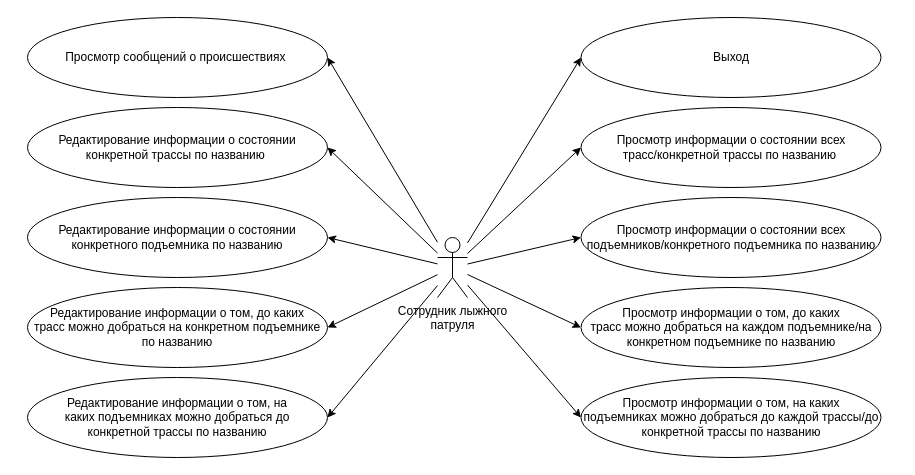
The draw.io diagram page "ski-patrol" (3 of 4) of docs/imgs/use_case/use-case.drawio in alena-zayts/BMSTU_6sem_software_design, before the edit. Source tidied: cells renumbered, new cells numbered last; positions are measured from the earlier drawing's top-left corner, leaving out a move shared by most shapes. Both pictures are drawn from the tidied source at 100%, with x=0, y=0 at pixel (27, 17).
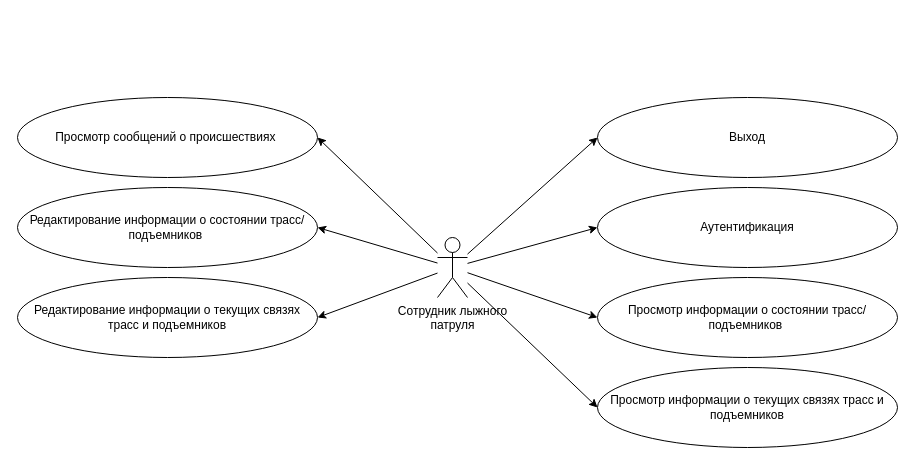
The same page after the edit.

Unchanged cells that the change refers to:
```xml
<mxCell id="12" value="Сотрудник лыжного &lt;br&gt;патруля" style="shape=umlActor;verticalLabelPosition=bottom;verticalAlign=top;html=1;outlineConnect=0;" parent="1" vertex="1">
  <mxGeometry x="410" y="220" width="30" height="60" as="geometry" />
</mxCell>
```

Diff of the diagram source:
```diff
@@
-    <mxCell id="2" style="rounded=0;jettySize=auto;html=1;entryX=0;entryY=0.5;entryDx=0;entryDy=0;" parent="1" edge="1" source="12" target="15">
-      <mxGeometry relative="1" as="geometry" />
-    </mxCell>
@@
-    <mxCell id="4" style="edgeStyle=none;rounded=0;jettySize=auto;html=1;entryX=0;entryY=0.5;entryDx=0;entryDy=0;" parent="1" edge="1" source="12" target="14">
-      <mxGeometry relative="1" as="geometry" />
-    </mxCell>
-    <mxCell id="5" style="edgeStyle=none;rounded=0;jettySize=auto;html=1;entryX=0;entryY=0.5;entryDx=0;entryDy=0;" parent="1" edge="1" source="12" target="16">
-      <mxGeometry relative="1" as="geometry" />
-    </mxCell>
-    <mxCell id="6" style="edgeStyle=none;rounded=0;jettySize=auto;html=1;entryX=0;entryY=0.5;entryDx=0;entryDy=0;" parent="1" edge="1" source="12" target="17">
-      <mxGeometry relative="1" as="geometry" />
-    </mxCell>
-    <mxCell id="7" style="edgeStyle=none;rounded=0;jettySize=auto;html=1;entryX=0;entryY=0.5;entryDx=0;entryDy=0;" parent="1" edge="1" source="12" target="18">
-      <mxGeometry relative="1" as="geometry" />
-    </mxCell>
-    <mxCell id="8" style="edgeStyle=none;rounded=0;jettySize=auto;html=1;entryX=1;entryY=0.5;entryDx=0;entryDy=0;" parent="1" edge="1" source="12" target="19">
-      <mxGeometry relative="1" as="geometry" />
-    </mxCell>
-    <mxCell id="9" style="edgeStyle=none;rounded=0;jettySize=auto;html=1;entryX=1;entryY=0.5;entryDx=0;entryDy=0;" parent="1" edge="1" source="12" target="20">
-      <mxGeometry relative="1" as="geometry" />
-    </mxCell>
@@
     <mxCell id="13" value="Просмотр сообщений о происшествиях&amp;nbsp;" style="ellipse;whiteSpace=wrap;html=1;" parent="1" vertex="1">
-      <mxGeometry width="300" height="80" as="geometry" />
+      <mxGeometry x="-10" y="80" width="300" height="80" as="geometry" />
     </mxCell>
-    <mxCell id="14" value="Просмотр информации о состоянии всех &lt;br&gt;трасс/конкретной трассы по названию&amp;nbsp;" style="ellipse;whiteSpace=wrap;html=1;" parent="1" vertex="1">
-      <mxGeometry x="553.5" y="90" width="300" height="80" as="geometry" />
-    </mxCell>
-    <mxCell id="15" value="Выход" style="ellipse;whiteSpace=wrap;html=1;" parent="1" vertex="1">
-      <mxGeometry x="553.5" width="300" height="80" as="geometry" />
-    </mxCell>
-    <mxCell id="16" value="Просмотр информации о состоянии всех подъемников/конкретного подъемника по названию" style="ellipse;whiteSpace=wrap;html=1;" parent="1" vertex="1">
-      <mxGeometry x="553.5" y="180" width="300" height="80" as="geometry" />
-    </mxCell>
-    <mxCell id="17" value="Просмотр информации о том, до каких &lt;br&gt;трасс можно добраться на каждом подъемнике/на конкретном подъемнике по названию" style="ellipse;whiteSpace=wrap;html=1;" parent="1" vertex="1">
-      <mxGeometry x="553.5" y="270" width="300" height="80" as="geometry" />
-    </mxCell>
-    <mxCell id="18" value="Просмотр информации о том, на каких &lt;br&gt;подъемниках можно добраться до каждой трассы/до конкретной трассы по названию" style="ellipse;whiteSpace=wrap;html=1;" parent="1" vertex="1">
-      <mxGeometry x="553.5" y="360" width="300" height="80" as="geometry" />
-    </mxCell>
-    <mxCell id="19" value="Редактирование информации о состоянии конкретной трассы по названию&amp;nbsp;" style="ellipse;whiteSpace=wrap;html=1;" parent="1" vertex="1">
-      <mxGeometry y="90" width="300" height="80" as="geometry" />
-    </mxCell>
-    <mxCell id="20" value="Редактирование информации о состоянии конкретного подъемника по названию" style="ellipse;whiteSpace=wrap;html=1;" parent="1" vertex="1">
-      <mxGeometry y="180" width="300" height="80" as="geometry" />
-    </mxCell>
-    <mxCell id="21" value="Редактирование информации о том, до каких &lt;br&gt;трасс можно добраться на конкретном подъемнике по названию" style="ellipse;whiteSpace=wrap;html=1;" parent="1" vertex="1">
-      <mxGeometry y="270" width="300" height="80" as="geometry" />
+    <mxCell id="21" value="Редактирование информации о состоянии трасс/подъемников&amp;nbsp;" style="ellipse;whiteSpace=wrap;html=1;" parent="1" vertex="1">
+      <mxGeometry x="-10" y="170" width="300" height="80" as="geometry" />
     </mxCell>
-    <mxCell id="22" value="Редактирование информации о том, на &lt;br&gt;каких подъемниках можно добраться до &lt;br&gt;конкретной трассы по названию" style="ellipse;whiteSpace=wrap;html=1;" parent="1" vertex="1">
-      <mxGeometry y="360" width="300" height="80" as="geometry" />
+    <mxCell id="22" value="Редактирование&amp;nbsp;информации о текущих связях трасс и подъемников" style="ellipse;whiteSpace=wrap;html=1;" parent="1" vertex="1">
+      <mxGeometry x="-10" y="260" width="300" height="80" as="geometry" />
     </mxCell>
+    <mxCell id="23" style="rounded=0;jettySize=auto;html=1;entryX=0;entryY=0.5;entryDx=0;entryDy=0;" parent="1" edge="1" target="15">
+      <mxGeometry relative="1" as="geometry">
+        <mxPoint x="440" y="236.6" as="sourcePoint" />
+      </mxGeometry>
+    </mxCell>
+    <mxCell id="24" style="edgeStyle=none;rounded=0;jettySize=auto;html=1;entryX=0;entryY=0.5;entryDx=0;entryDy=0;" parent="1" edge="1" target="27">
+      <mxGeometry relative="1" as="geometry">
+        <mxPoint x="440" y="245.9" as="sourcePoint" />
+      </mxGeometry>
+    </mxCell>
+    <mxCell id="25" style="edgeStyle=none;rounded=0;jettySize=auto;html=1;entryX=0;entryY=0.5;entryDx=0;entryDy=0;" parent="1" edge="1" target="28">
+      <mxGeometry relative="1" as="geometry">
+        <mxPoint x="440" y="255.2" as="sourcePoint" />
+      </mxGeometry>
+    </mxCell>
+    <mxCell id="26" style="edgeStyle=none;rounded=0;jettySize=auto;html=1;entryX=0;entryY=0.5;entryDx=0;entryDy=0;" parent="1" edge="1" target="29">
+      <mxGeometry relative="1" as="geometry">
+        <mxPoint x="440" y="265.5" as="sourcePoint" />
+      </mxGeometry>
+    </mxCell>
+    <mxCell id="15" value="Выход" style="ellipse;whiteSpace=wrap;html=1;" parent="1" vertex="1">
+      <mxGeometry x="570" y="80" width="300" height="80" as="geometry" />
+    </mxCell>
+    <mxCell id="27" value="Аутентификация" style="ellipse;whiteSpace=wrap;html=1;" parent="1" vertex="1">
+      <mxGeometry x="570" y="170" width="300" height="80" as="geometry" />
+    </mxCell>
+    <mxCell id="28" value="Просмотр информации о состоянии трасс/подъемников&amp;nbsp;" style="ellipse;whiteSpace=wrap;html=1;" parent="1" vertex="1">
+      <mxGeometry x="570" y="260" width="300" height="80" as="geometry" />
+    </mxCell>
+    <mxCell id="29" value="Просмотр информации о текущих связях трасс и подъемников" style="ellipse;whiteSpace=wrap;html=1;" parent="1" vertex="1">
+      <mxGeometry x="570" y="350" width="300" height="80" as="geometry" />
+    </mxCell>
```
